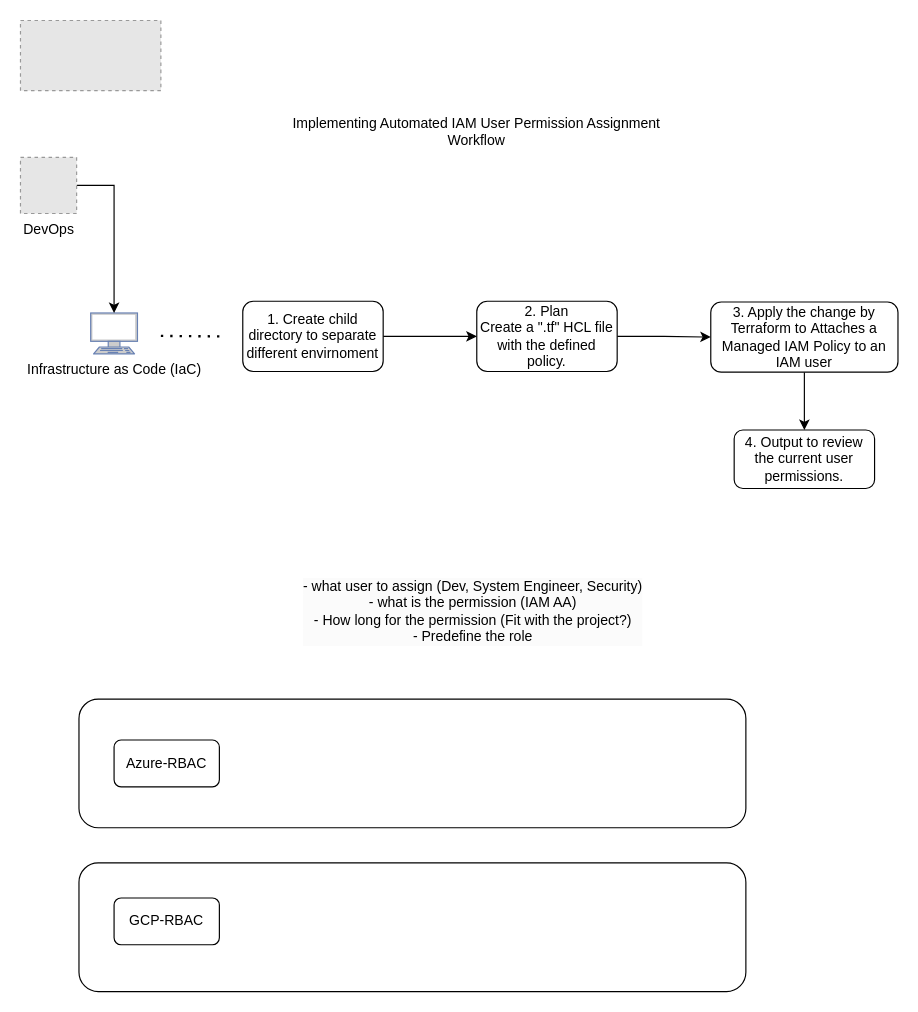
The draw.io diagram Terraform-Cloud-RBAC.drawio in Tonyfu09/AWS, before the edit. Source tidied: cells renumbered, new cells numbered last; positions are measured from the earlier drawing's top-left corner, leaving out a move shared by most shapes. Both pictures are drawn from the tidied source at 117%, with x=0, y=0 at pixel (20, 20). Pictures stored in the file or linked from it are replaced by grey dashed boxes.
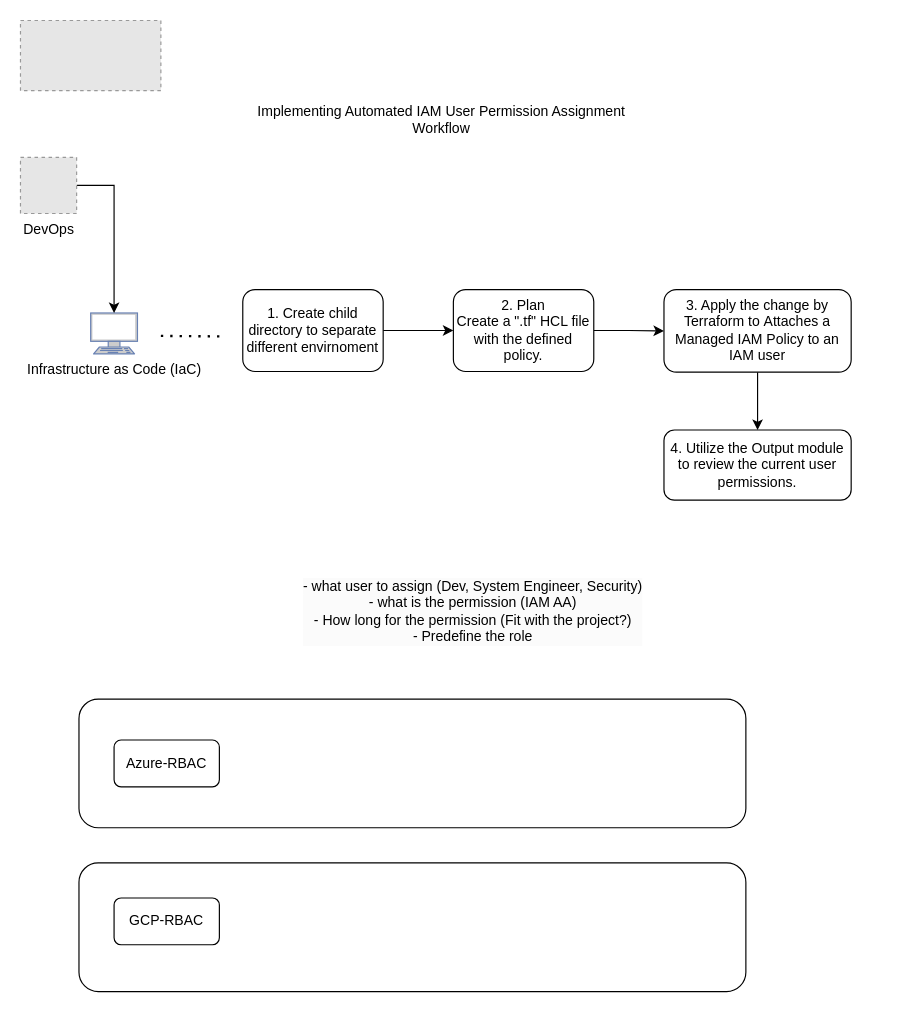
The same diagram, later.

The edit, as a diff of the source:
```diff
@@
     <mxCell id="5" value="2. Plan&lt;br&gt;Create a &quot;.tf&quot; HCL file with the defined policy." style="rounded=1;whiteSpace=wrap;html=1;gradientColor=none;align=center;" parent="1" vertex="1">
-      <mxGeometry x="390" y="240" width="120" height="60" as="geometry" />
+      <mxGeometry x="370" y="230" width="120" height="70" as="geometry" />
     </mxCell>
@@
     <mxCell id="13" value="Implementing Automated IAM User Permission Assignment Workflow" style="text;html=1;strokeColor=none;fillColor=none;align=center;verticalAlign=middle;whiteSpace=wrap;rounded=0;" parent="1" vertex="1">
-      <mxGeometry x="220" y="80" width="340" height="30" as="geometry" />
+      <mxGeometry x="190" y="70" width="340" height="30" as="geometry" />
     </mxCell>
@@
     <mxCell id="15" value="3. Apply the change by Terraform to&amp;nbsp;Attaches a Managed IAM Policy to an IAM user" style="whiteSpace=wrap;html=1;rounded=1;gradientColor=none;" parent="1" vertex="1">
-      <mxGeometry x="590" y="240.6" width="160" height="60" as="geometry" />
+      <mxGeometry x="550" y="230" width="160" height="70.6" as="geometry" />
     </mxCell>
-    <mxCell id="16" value="4. Output to review the current user permissions." style="whiteSpace=wrap;html=1;rounded=1;gradientColor=none;" parent="1" vertex="1">
-      <mxGeometry x="610" y="350" width="120" height="50" as="geometry" />
+    <mxCell id="16" value="4. Utilize the Output module to review the current user permissions." style="whiteSpace=wrap;html=1;rounded=1;gradientColor=none;" parent="1" vertex="1">
+      <mxGeometry x="550" y="350" width="160" height="60" as="geometry" />
     </mxCell>
@@
     <mxCell id="18" value="1. Create&amp;nbsp;child directory&amp;nbsp;&lt;span style=&quot;background-color: initial;&quot;&gt;to separate different envirnoment&lt;/span&gt;" style="rounded=1;whiteSpace=wrap;html=1;" parent="1" vertex="1">
-      <mxGeometry x="190" y="240" width="120" height="60" as="geometry" />
+      <mxGeometry x="190" y="230" width="120" height="70" as="geometry" />
     </mxCell>
```
